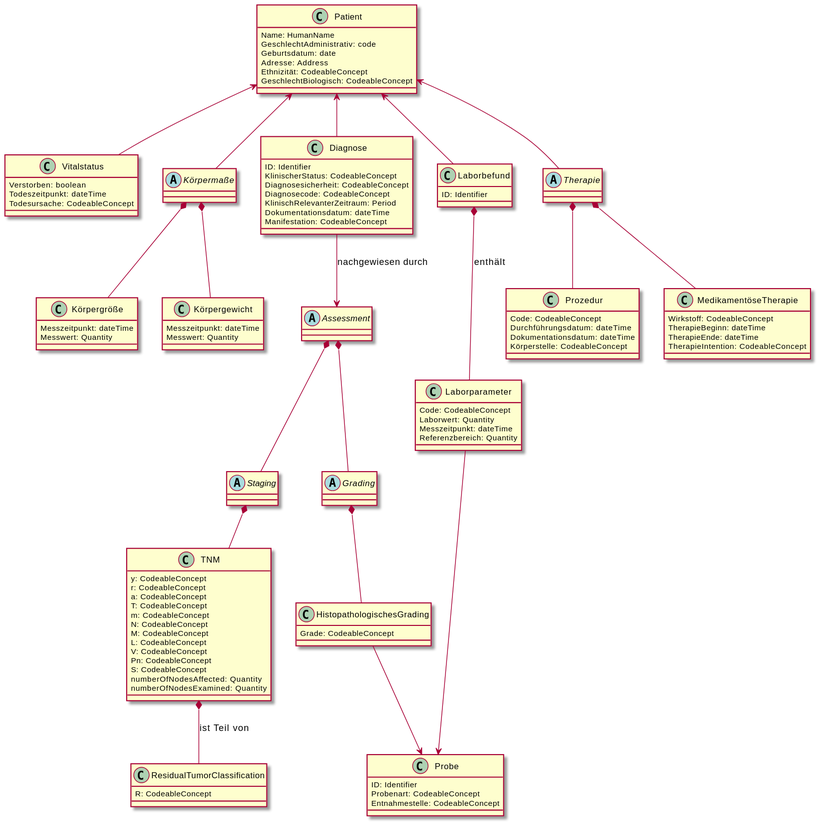
The PlantUML diagram input/images/GOLD.svg in vision-zero-oncology/GOLD, before a commit.
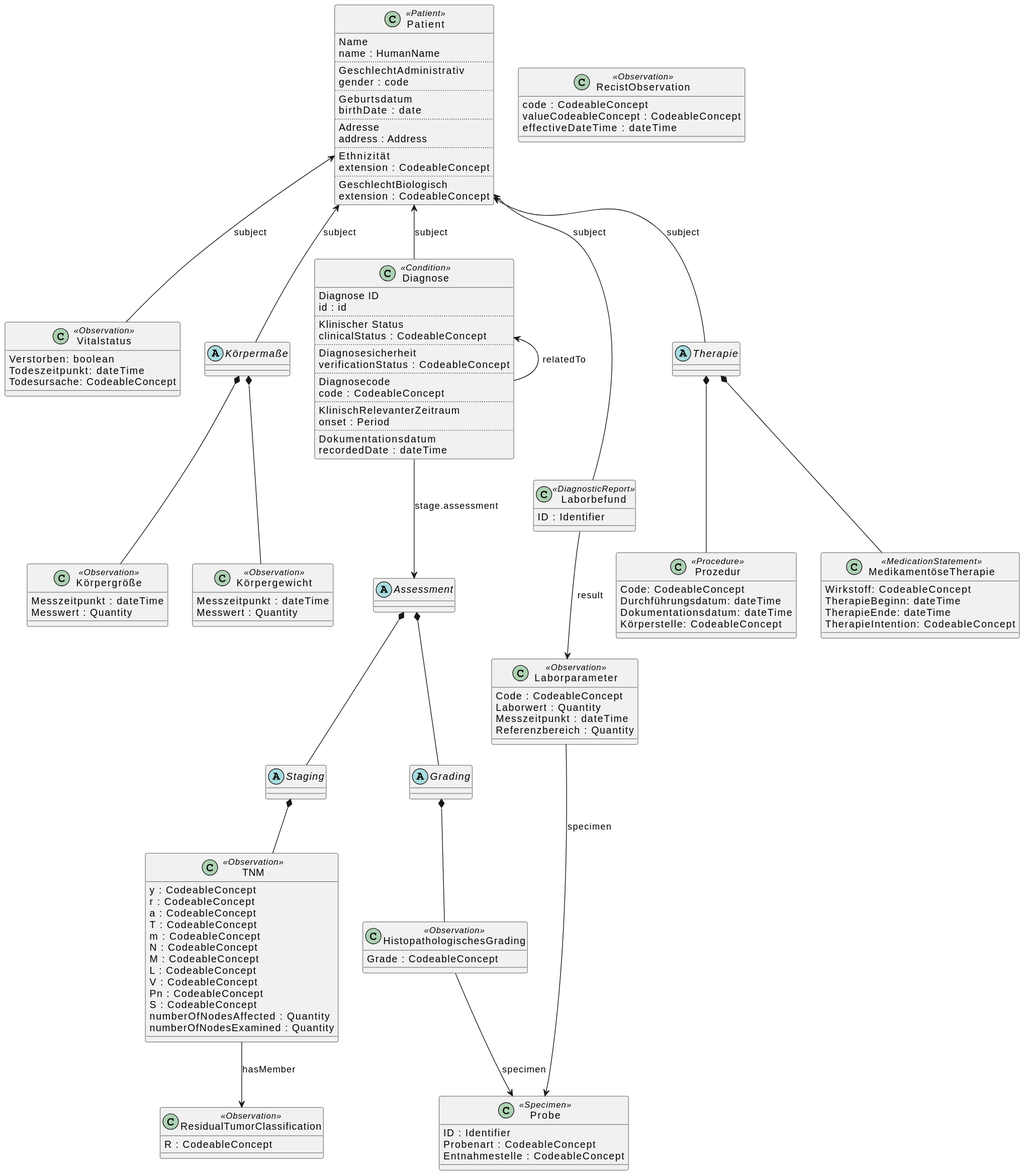
Later version of the same file.

Commit message:
Added FHIR resource types and data elements

Diff of the diagram source:
```diff
@@ -1,76 +1,106 @@
-@startuml "GOLD"
+@startuml
 skinparam groupInheritance 2
 
-class Patient {
-    Name: HumanName
-    GeschlechtAdministrativ: code
-    Geburtsdatum: date
-    Adresse: Address
-    Ethnizität: CodeableConcept
-    GeschlechtBiologisch: CodeableConcept
+class Patient <<Patient>> {
+    Name
+    name : HumanName
+    ..
+    GeschlechtAdministrativ
+    gender : code
+    ..
+    Geburtsdatum
+    birthDate : date
+    ..
+    Adresse
+    address : Address
+    ..
+    Ethnizität
+    extension : CodeableConcept
+    ..
+    GeschlechtBiologisch
+    extension : CodeableConcept
 }
 
-class Vitalstatus {
+class Vitalstatus <<Observation>> {
     Verstorben: boolean
     Todeszeitpunkt: dateTime
     Todesursache: CodeableConcept
 }
 
-Patient <-- Vitalstatus
+Patient <-- Vitalstatus : subject
 
 abstract Körpermaße {
 
 }
 
-Patient <-- Körpermaße
+Patient <-- Körpermaße : subject
 
-class Körpergröße {
-    Messzeitpunkt: dateTime
-    Messwert: Quantity
+class Körpergröße <<Observation>> {
+    Messzeitpunkt : dateTime
+    Messwert : Quantity
 }
 
 Körpermaße *-- Körpergröße
 
-class Körpergewicht {
-    Messzeitpunkt: dateTime
-    Messwert: Quantity
+class Körpergewicht <<Observation>> {
+    Messzeitpunkt : dateTime
+    Messwert : Quantity
 }
 
 Körpermaße *-- Körpergewicht
 
-class Diagnose {
-    ID: Identifier
-    KlinischerStatus: CodeableConcept
-    Diagnosesicherheit: CodeableConcept
-    Diagnosecode: CodeableConcept
-    KlinischRelevanterZeitraum: Period
-    Dokumentationsdatum: dateTime
-    Manifestation: CodeableConcept
+class Diagnose <<Condition>> {
+    Diagnose ID
+    id : id
+    ..
+    Klinischer Status
+    clinicalStatus : CodeableConcept
+    ..
+    Diagnosesicherheit
+    verificationStatus : CodeableConcept
+    ..
+    Diagnosecode
+    code : CodeableConcept
+    ..
+    KlinischRelevanterZeitraum
+    onset : Period
+    ..
+    Dokumentationsdatum
+    recordedDate : dateTime
 }
 
-Patient <-- Diagnose
+Patient <-- Diagnose : subject
+Diagnose <-- Diagnose : "relatedTo"
 
-class Laborbefund {
-    ID: Identifier
+class RecistObservation <<Observation>> {
+    code : CodeableConcept
+    valueCodeableConcept : CodeableConcept
+    effectiveDateTime : dateTime
 }
 
-Patient <-- Laborbefund
 
-class Laborparameter {
-    Code: CodeableConcept
-    Laborwert: Quantity
-    Messzeitpunkt: dateTime
-    Referenzbereich: Quantity
+
+class Laborbefund <<DiagnosticReport>> {
+    ID : Identifier
 }
 
-class Probe {
-    ID: Identifier
-    Probenart: CodeableConcept
-    Entnahmestelle: CodeableConcept
+Patient <-- Laborbefund : subject
+
+class Laborparameter <<Observation>> {
+    Code : CodeableConcept
+    Laborwert : Quantity
+    Messzeitpunkt : dateTime
+    Referenzbereich : Quantity
 }
 
-Laborbefund *-- Laborparameter : enthält
-Laborparameter --> Probe
+class Probe <<Specimen>> {
+    ID : Identifier
+    Probenart : CodeableConcept
+    Entnahmestelle : CodeableConcept
+}
+
+Laborbefund --> Laborparameter : result
+Laborparameter --> Probe : specimen
 
 abstract Assessment {
 
@@ -84,44 +114,44 @@
 
 }
 
-class TNM {
-    y: CodeableConcept
-    r: CodeableConcept
-    a: CodeableConcept
-    T: CodeableConcept
-    m: CodeableConcept
-    N: CodeableConcept
-    M: CodeableConcept
-    L: CodeableConcept
-    V: CodeableConcept
-    Pn: CodeableConcept
-    S: CodeableConcept
-    numberOfNodesAffected: Quantity
-    numberOfNodesExamined: Quantity
+class TNM <<Observation>> {
+    y : CodeableConcept
+    r : CodeableConcept
+    a : CodeableConcept
+    T : CodeableConcept
+    m : CodeableConcept
+    N : CodeableConcept
+    M : CodeableConcept
+    L : CodeableConcept
+    V : CodeableConcept
+    Pn : CodeableConcept
+    S : CodeableConcept
+    numberOfNodesAffected : Quantity
+    numberOfNodesExamined : Quantity
 }
 
-class ResidualTumorClassification {
-    R: CodeableConcept
+class ResidualTumorClassification <<Observation>> {
+    R : CodeableConcept
 }
 
-TNM *-- ResidualTumorClassification : ist Teil von
+TNM --> ResidualTumorClassification : hasMember
 
-class HistopathologischesGrading {
-    Grade: CodeableConcept
+class HistopathologischesGrading <<Observation>> {
+    Grade : CodeableConcept
 }
 
 Assessment *-- Staging
 Assessment *-- Grading
 Staging *-- TNM
 Grading *-- HistopathologischesGrading
-Diagnose --> Assessment : nachgewiesen durch
-HistopathologischesGrading --> Probe
+Diagnose --> Assessment : stage.assessment
+HistopathologischesGrading --> Probe : specimen
 
 abstract Therapie {
 
 }
 
-class Prozedur {
+class Prozedur <<Procedure>> {
     Code: CodeableConcept
     Durchführungsdatum: dateTime
     Dokumentationsdatum: dateTime
@@ -130,7 +160,7 @@
 
 Therapie *-- Prozedur
 
-class MedikamentöseTherapie {
+class MedikamentöseTherapie <<MedicationStatement>> {
     Wirkstoff: CodeableConcept
     TherapieBeginn: dateTime
     TherapieEnde: dateTime
@@ -138,6 +168,5 @@
 }
 
 Therapie *-- MedikamentöseTherapie
-Patient <-- Therapie
-
+Patient <-- Therapie : subject
 @enduml
```
